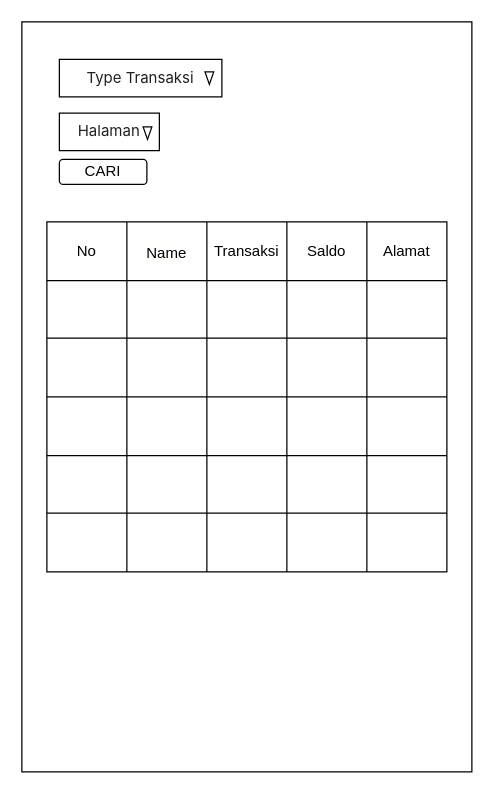
khairul-abdi/School_GO keeps this draw.io diagram as Materi/Pertemuan 1/Untitled Diagram.drawio. Above is the earlier version. Source tidied: cells renumbered, new cells numbered last; positions are measured from the earlier drawing's top-left corner, leaving out a move shared by most shapes. Both pictures are drawn from the tidied source at 125%, with x=0, y=0 at pixel (21, 21).
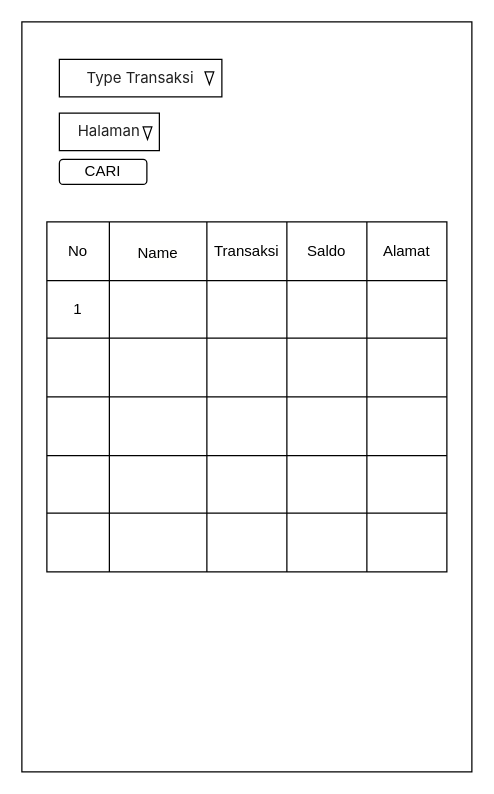
Above is the later version.

The change refers to these unchanged cells:
```xml
<mxCell id="9" style="shape=partialRectangle;fillColor=none;top=0;left=0;bottom=0;right=0;" parent="8" vertex="1">
  <mxGeometry width="320" height="47" as="geometry" />
</mxCell>
<mxCell id="15" style="shape=partialRectangle;fillColor=none;top=0;left=0;bottom=0;right=0;" parent="8" vertex="1">
  <mxGeometry y="47" width="320" height="46" as="geometry" />
</mxCell>
<mxCell id="21" style="shape=partialRectangle;fillColor=none;top=0;left=0;bottom=0;right=0;" parent="8" vertex="1">
  <mxGeometry y="93" width="320" height="47" as="geometry" />
</mxCell>
<mxCell id="27" style="shape=partialRectangle;fillColor=none;top=0;left=0;bottom=0;right=0;" parent="8" vertex="1">
  <mxGeometry y="140" width="320" height="47" as="geometry" />
</mxCell>
<mxCell id="33" style="shape=partialRectangle;fillColor=none;top=0;left=0;bottom=0;right=0;" parent="8" vertex="1">
  <mxGeometry y="187" width="320" height="46" as="geometry" />
</mxCell>
<mxCell id="39" style="shape=partialRectangle;fillColor=none;top=0;left=0;bottom=0;right=0;" parent="8" vertex="1">
  <mxGeometry y="233" width="320" height="47" as="geometry" />
</mxCell>
```

Diff of the diagram source:
```diff
@@
     <mxCell id="10" value="No" style="shape=partialRectangle;html=1;whiteSpace=wrap;overflow=hidden;fillColor=none;top=0;left=0;bottom=0;right=0;" parent="9" vertex="1">
-      <mxGeometry width="64" height="47" as="geometry" />
+      <mxGeometry width="50" height="47" as="geometry" />
     </mxCell>
     <mxCell id="11" value="&lt;div style=&quot;background-color: rgb(255 , 255 , 254) ; line-height: 18px&quot;&gt;Name&lt;/div&gt;" style="shape=partialRectangle;html=1;whiteSpace=wrap;overflow=hidden;fillColor=none;top=0;left=0;bottom=0;right=0;" parent="9" vertex="1">
-      <mxGeometry x="64" width="64" height="47" as="geometry" />
+      <mxGeometry x="50" width="78" height="47" as="geometry" />
     </mxCell>
@@
-    <mxCell id="16" style="shape=partialRectangle;html=1;whiteSpace=wrap;overflow=hidden;fillColor=none;top=0;left=0;bottom=0;right=0;" parent="15" vertex="1">
-      <mxGeometry width="64" height="46" as="geometry" />
+    <mxCell id="16" value="1" style="shape=partialRectangle;html=1;whiteSpace=wrap;overflow=hidden;fillColor=none;top=0;left=0;bottom=0;right=0;" parent="15" vertex="1">
+      <mxGeometry width="50" height="46" as="geometry" />
     </mxCell>
     <mxCell id="17" style="shape=partialRectangle;html=1;whiteSpace=wrap;overflow=hidden;fillColor=none;top=0;left=0;bottom=0;right=0;" parent="15" vertex="1">
-      <mxGeometry x="64" width="64" height="46" as="geometry" />
+      <mxGeometry x="50" width="78" height="46" as="geometry" />
     </mxCell>
@@
     <mxCell id="22" style="shape=partialRectangle;html=1;whiteSpace=wrap;overflow=hidden;fillColor=none;top=0;left=0;bottom=0;right=0;" parent="21" vertex="1">
-      <mxGeometry width="64" height="47" as="geometry" />
+      <mxGeometry width="50" height="47" as="geometry" />
     </mxCell>
     <mxCell id="23" style="shape=partialRectangle;html=1;whiteSpace=wrap;overflow=hidden;fillColor=none;top=0;left=0;bottom=0;right=0;" parent="21" vertex="1">
-      <mxGeometry x="64" width="64" height="47" as="geometry" />
+      <mxGeometry x="50" width="78" height="47" as="geometry" />
     </mxCell>
@@
     <mxCell id="28" style="shape=partialRectangle;html=1;whiteSpace=wrap;overflow=hidden;fillColor=none;top=0;left=0;bottom=0;right=0;" parent="27" vertex="1">
-      <mxGeometry width="64" height="47" as="geometry" />
+      <mxGeometry width="50" height="47" as="geometry" />
     </mxCell>
     <mxCell id="29" style="shape=partialRectangle;html=1;whiteSpace=wrap;overflow=hidden;fillColor=none;top=0;left=0;bottom=0;right=0;" parent="27" vertex="1">
-      <mxGeometry x="64" width="64" height="47" as="geometry" />
+      <mxGeometry x="50" width="78" height="47" as="geometry" />
     </mxCell>
@@
     <mxCell id="34" style="shape=partialRectangle;html=1;whiteSpace=wrap;overflow=hidden;fillColor=none;top=0;left=0;bottom=0;right=0;" parent="33" vertex="1">
-      <mxGeometry width="64" height="46" as="geometry" />
+      <mxGeometry width="50" height="46" as="geometry" />
     </mxCell>
     <mxCell id="35" style="shape=partialRectangle;html=1;whiteSpace=wrap;overflow=hidden;fillColor=none;top=0;left=0;bottom=0;right=0;" parent="33" vertex="1">
-      <mxGeometry x="64" width="64" height="46" as="geometry" />
+      <mxGeometry x="50" width="78" height="46" as="geometry" />
     </mxCell>
@@
     <mxCell id="40" style="shape=partialRectangle;html=1;whiteSpace=wrap;overflow=hidden;fillColor=none;top=0;left=0;bottom=0;right=0;" parent="39" vertex="1">
-      <mxGeometry width="64" height="47" as="geometry" />
+      <mxGeometry width="50" height="47" as="geometry" />
     </mxCell>
     <mxCell id="41" style="shape=partialRectangle;html=1;whiteSpace=wrap;overflow=hidden;fillColor=none;top=0;left=0;bottom=0;right=0;" parent="39" vertex="1">
-      <mxGeometry x="64" width="64" height="47" as="geometry" />
+      <mxGeometry x="50" width="78" height="47" as="geometry" />
     </mxCell>
```
